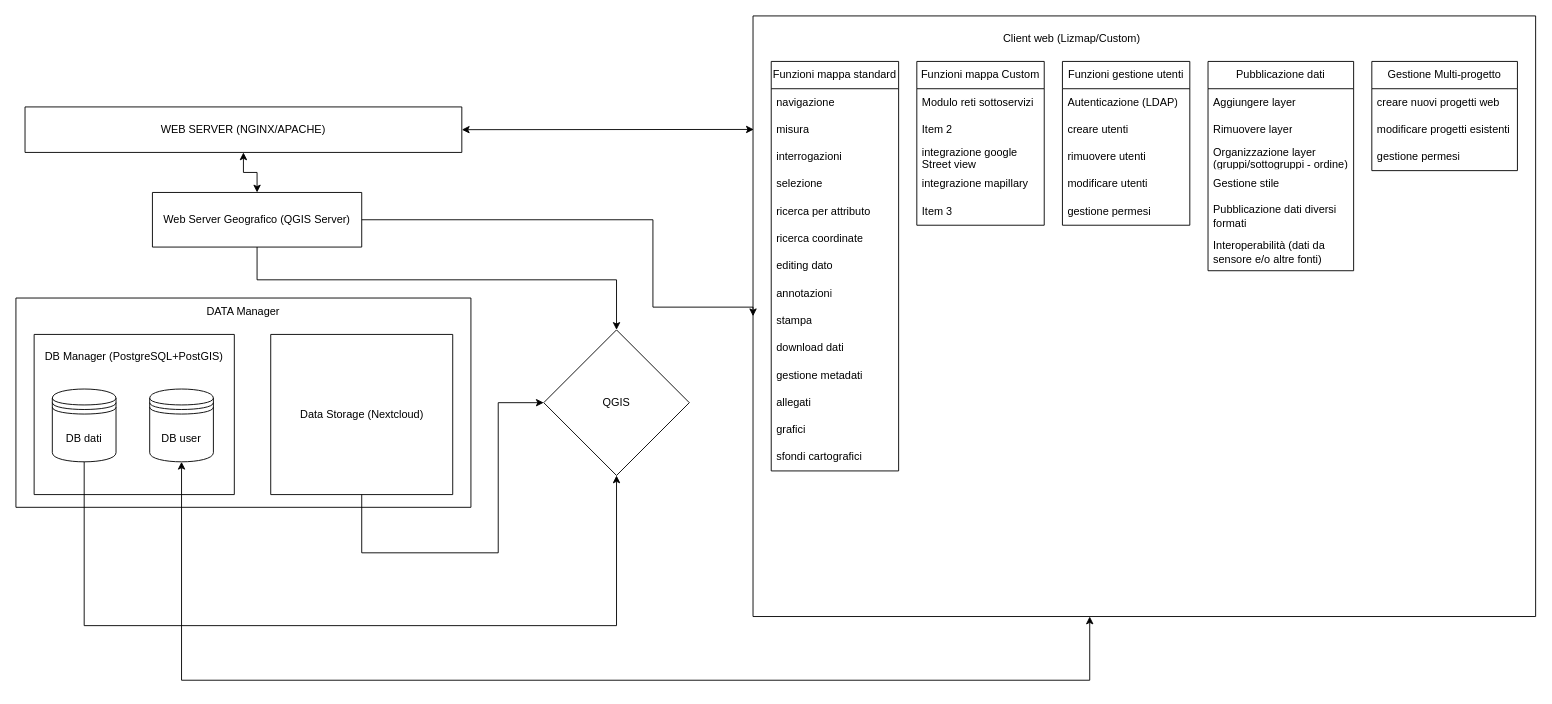
Above: Diagramma senza titolo.drawio in gtergeomatica/mappe_online (draw.io), before the change. Source tidied: cells renumbered, new cells numbered last; positions are measured from the earlier drawing's top-left corner, leaving out a move shared by most shapes. Both pictures are drawn from the tidied source at 91%, with x=0, y=0 at pixel (15, 15).
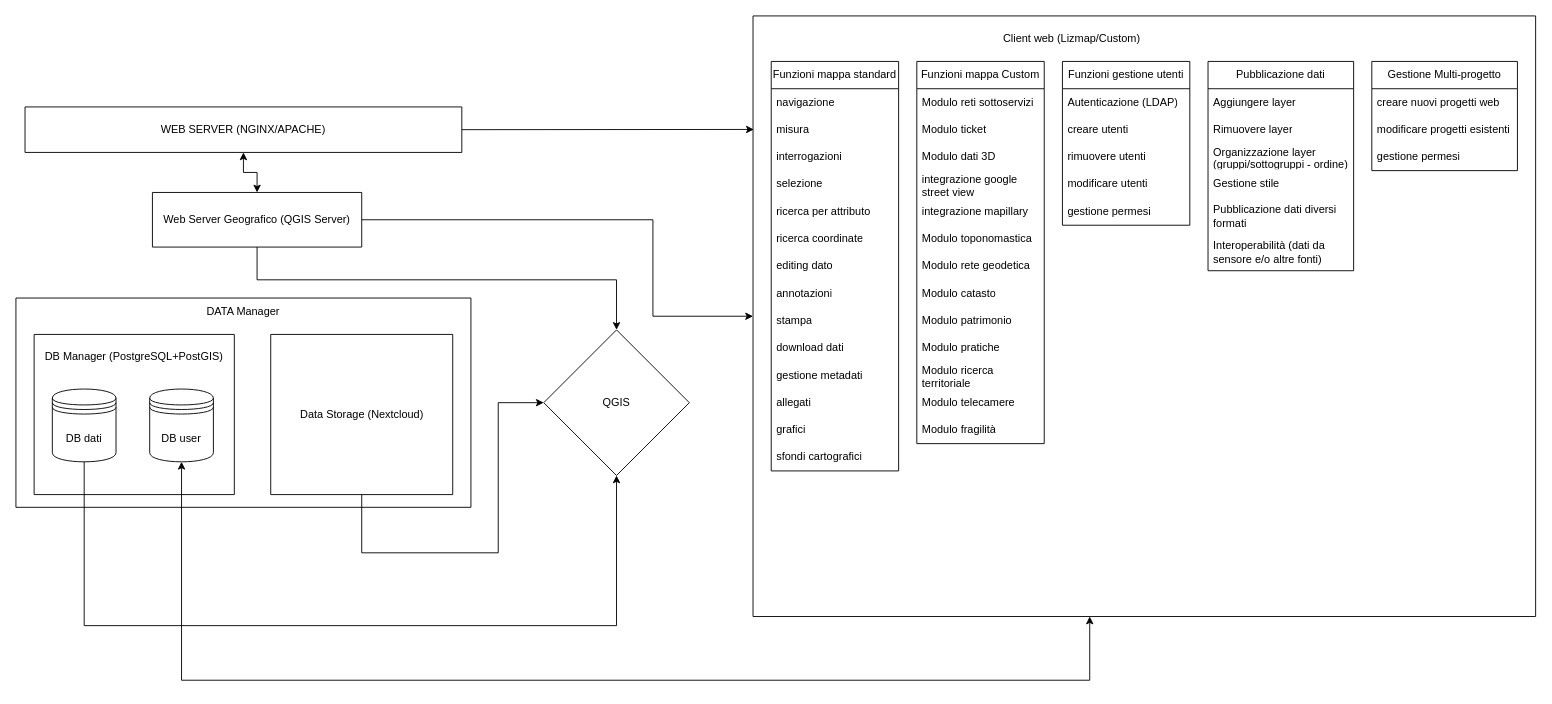
Above is the later version.

The change refers to these unchanged cells:
```xml
<mxCell id="3" style="swimlane;startSize=0;" parent="1" vertex="1">
  <mxGeometry x="10" y="100" width="480" height="50" as="geometry" />
</mxCell>
<mxCell id="7" style="swimlane;startSize=0;" parent="1" vertex="1">
  <mxGeometry x="150" y="194" width="230" height="60" as="geometry" />
</mxCell>
<mxCell id="19" style="swimlane;startSize=0;" parent="1" vertex="1">
  <mxGeometry x="810" width="860" height="660" as="geometry" />
</mxCell>
```

Diff of the diagram source:
```diff
@@
     <mxCell id="6" style="edgeStyle=orthogonalEdgeStyle;rounded=0;jettySize=auto;html=1;exitX=1;exitY=0.5;exitDx=0;exitDy=0;entryX=0;entryY=0.5;entryDx=0;entryDy=0;" parent="1" edge="1" source="7" target="19">
       <mxGeometry relative="1" as="geometry">
         <Array as="points">
           <mxPoint x="700" y="224" />
-          <mxPoint x="700" y="320" />
+          <mxPoint x="700" y="330" />
         </Array>
       </mxGeometry>
     </mxCell>
@@
     <mxCell id="53" value="Funzioni mappa Custom" style="swimlane;fontStyle=0;horizontal=1;startSize=30;whiteSpace=wrap;html=1;" parent="19" vertex="1">
-      <mxGeometry x="180" y="50" width="140" height="180" as="geometry" />
+      <mxGeometry x="180" y="50" width="140" height="420" as="geometry" />
     </mxCell>
@@
-    <mxCell id="55" value="Item 2" style="text;strokeColor=none;fillColor=none;align=left;verticalAlign=middle;spacingLeft=4;spacingRight=4;overflow=hidden;whiteSpace=wrap;html=1;" parent="53" vertex="1">
+    <mxCell id="55" value="Modulo ticket" style="text;strokeColor=none;fillColor=none;align=left;verticalAlign=middle;spacingLeft=4;spacingRight=4;overflow=hidden;whiteSpace=wrap;html=1;" parent="53" vertex="1">
       <mxGeometry y="60" width="140" height="30" as="geometry" />
     </mxCell>
+    <mxCell id="58" value="Modulo dati 3D" style="text;strokeColor=none;fillColor=none;align=left;verticalAlign=middle;spacingLeft=4;spacingRight=4;overflow=hidden;whiteSpace=wrap;html=1;" parent="53" vertex="1">
+      <mxGeometry y="90" width="140" height="30" as="geometry" />
+    </mxCell>
-    <mxCell id="56" value="integrazione google Street view" style="text;strokeColor=none;fillColor=none;align=left;verticalAlign=middle;spacingLeft=4;spacingRight=4;overflow=hidden;whiteSpace=wrap;html=1;" parent="53" vertex="1">
-      <mxGeometry y="90" width="140" height="30" as="geometry" />
+    <mxCell id="56" value="integrazione google street view" style="text;strokeColor=none;fillColor=none;align=left;verticalAlign=middle;spacingLeft=4;spacingRight=4;overflow=hidden;whiteSpace=wrap;html=1;" parent="53" vertex="1">
+      <mxGeometry y="120" width="140" height="30" as="geometry" />
     </mxCell>
     <mxCell id="57" value="integrazione mapillary" style="text;strokeColor=none;fillColor=none;align=left;verticalAlign=middle;spacingLeft=4;spacingRight=4;overflow=hidden;whiteSpace=wrap;html=1;" parent="53" vertex="1">
-      <mxGeometry y="120" width="140" height="30" as="geometry" />
+      <mxGeometry y="150" width="140" height="30" as="geometry" />
     </mxCell>
-    <mxCell id="58" value="Item 3" style="text;strokeColor=none;fillColor=none;align=left;verticalAlign=middle;spacingLeft=4;spacingRight=4;overflow=hidden;whiteSpace=wrap;html=1;" parent="53" vertex="1">
-      <mxGeometry y="150" width="140" height="30" as="geometry" />
-    </mxCell>
+    <mxCell id="64" value="Modulo toponomastica" style="text;strokeColor=none;fillColor=none;align=left;verticalAlign=middle;spacingLeft=4;spacingRight=4;overflow=hidden;whiteSpace=wrap;html=1;" parent="53" vertex="1">
+      <mxGeometry y="180" width="140" height="30" as="geometry" />
+    </mxCell>
+    <mxCell id="65" value="Modulo rete geodetica" style="text;strokeColor=none;fillColor=none;align=left;verticalAlign=middle;spacingLeft=4;spacingRight=4;overflow=hidden;whiteSpace=wrap;html=1;" parent="53" vertex="1">
+      <mxGeometry y="210" width="140" height="30" as="geometry" />
+    </mxCell>
+    <mxCell id="66" value="Modulo catasto" style="text;strokeColor=none;fillColor=none;align=left;verticalAlign=middle;spacingLeft=4;spacingRight=4;overflow=hidden;whiteSpace=wrap;html=1;" parent="53" vertex="1">
+      <mxGeometry y="240" width="140" height="30" as="geometry" />
+    </mxCell>
+    <mxCell id="67" value="Modulo patrimonio" style="text;strokeColor=none;fillColor=none;align=left;verticalAlign=middle;spacingLeft=4;spacingRight=4;overflow=hidden;whiteSpace=wrap;html=1;" parent="53" vertex="1">
+      <mxGeometry y="270" width="140" height="30" as="geometry" />
+    </mxCell>
+    <mxCell id="68" value="Modulo pratiche" style="text;strokeColor=none;fillColor=none;align=left;verticalAlign=middle;spacingLeft=4;spacingRight=4;overflow=hidden;whiteSpace=wrap;html=1;" parent="53" vertex="1">
+      <mxGeometry y="300" width="140" height="30" as="geometry" />
+    </mxCell>
+    <mxCell id="69" value="Modulo ricerca territoriale" style="text;strokeColor=none;fillColor=none;align=left;verticalAlign=middle;spacingLeft=4;spacingRight=4;overflow=hidden;whiteSpace=wrap;html=1;" parent="53" vertex="1">
+      <mxGeometry y="330" width="140" height="30" as="geometry" />
+    </mxCell>
+    <mxCell id="70" value="Modulo telecamere" style="text;strokeColor=none;fillColor=none;align=left;verticalAlign=middle;spacingLeft=4;spacingRight=4;overflow=hidden;whiteSpace=wrap;html=1;" parent="53" vertex="1">
+      <mxGeometry y="360" width="140" height="30" as="geometry" />
+    </mxCell>
+    <mxCell id="71" value="Modulo fragilità" style="text;strokeColor=none;fillColor=none;align=left;verticalAlign=middle;spacingLeft=4;spacingRight=4;overflow=hidden;whiteSpace=wrap;html=1;" parent="53" vertex="1">
+      <mxGeometry y="390" width="140" height="30" as="geometry" />
+    </mxCell>
@@
-    <mxCell id="63" style="edgeStyle=none;rounded=0;jettySize=auto;html=1;exitX=1;exitY=0.5;exitDx=0;exitDy=0;entryX=0.001;entryY=0.189;entryDx=0;entryDy=0;entryPerimeter=0;startArrow=classic;startFill=1;" parent="1" edge="1" source="3" target="19">
+    <mxCell id="63" style="edgeStyle=none;rounded=0;jettySize=auto;html=1;exitX=1;exitY=0.5;exitDx=0;exitDy=0;entryX=0.001;entryY=0.189;entryDx=0;entryDy=0;entryPerimeter=0;startArrow=none;startFill=0;" parent="1" edge="1" source="3" target="19">
       <mxGeometry relative="1" as="geometry" />
     </mxCell>
```
